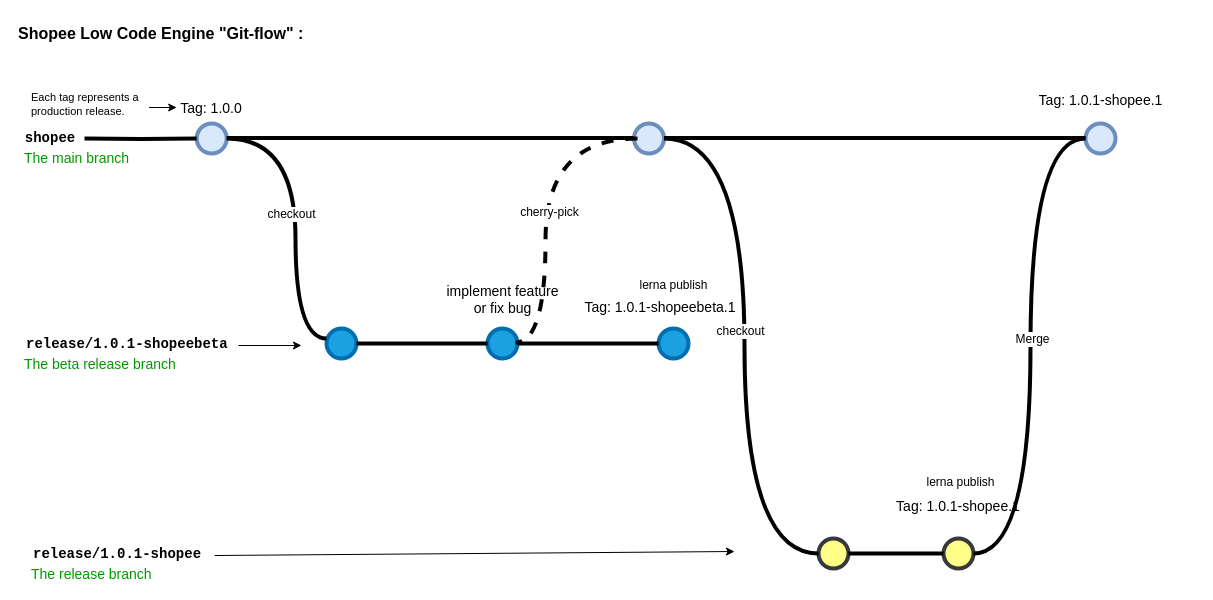
This is shopee-lowcode-engine-git-flow.drawio from Zsynuting/diagram, a draw.io file, before an edit. Source tidied: cells renumbered, new cells numbered last; positions are measured from the earlier drawing's top-left corner, leaving out a move shared by most shapes. Both pictures are drawn from the tidied source at 100%, with x=0, y=0 at pixel (16, 17).
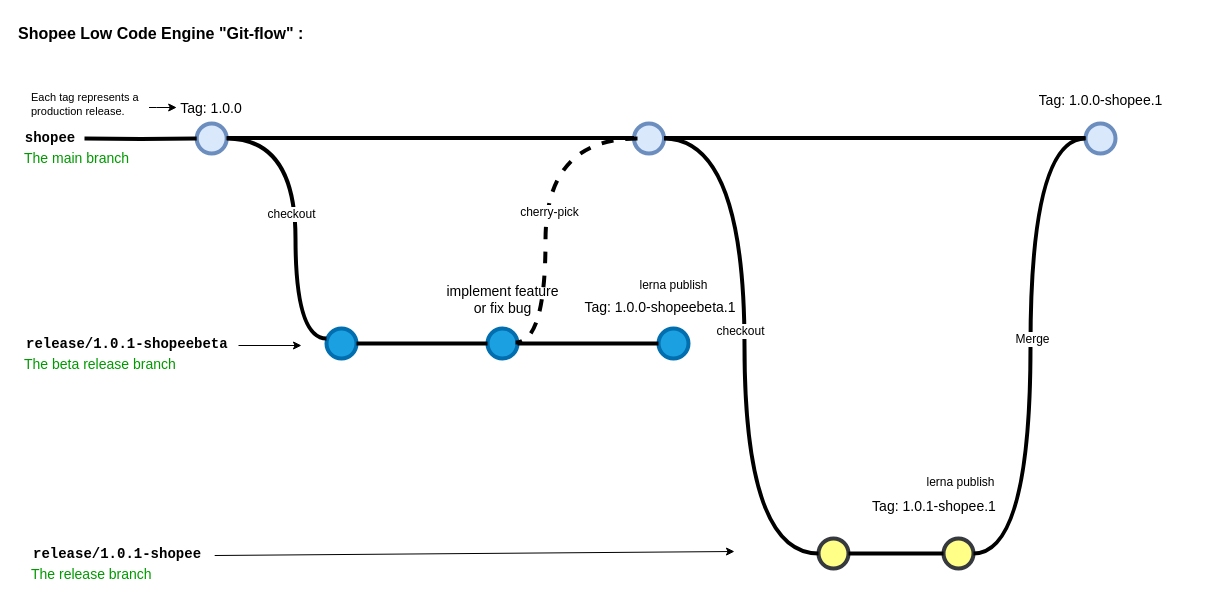
The same page after the edit.

Change to the diagram source:
```diff
@@
-    <mxCell id="29" value="Tag: 1.0.1-shopee.1" style="text;html=1;strokeColor=none;fillColor=none;align=center;verticalAlign=middle;whiteSpace=wrap;overflow=hidden;fontSize=14;" parent="1" vertex="1">
+    <mxCell id="29" value="Tag: 1.0.0-shopee.1" style="text;html=1;strokeColor=none;fillColor=none;align=center;verticalAlign=middle;whiteSpace=wrap;overflow=hidden;fontSize=14;" parent="1" vertex="1">
       <mxGeometry x="989.5" y="72" width="189" height="20" as="geometry" />
     </mxCell>
@@
-    <mxCell id="31" value="Tag: 1.0.1-shopeebeta.1" style="text;html=1;strokeColor=none;fillColor=none;align=center;verticalAlign=middle;whiteSpace=wrap;overflow=hidden;fontSize=14;" parent="1" vertex="1">
+    <mxCell id="31" value="Tag: 1.0.0-shopeebeta.1" style="text;html=1;strokeColor=none;fillColor=none;align=center;verticalAlign=middle;whiteSpace=wrap;overflow=hidden;fontSize=14;" parent="1" vertex="1">
       <mxGeometry x="544.5" y="279" width="197.5" height="20" as="geometry" />
     </mxCell>
@@
     <mxCell id="40" value="Tag: 1.0.1-shopee.1" style="text;html=1;strokeColor=none;fillColor=none;align=center;verticalAlign=middle;whiteSpace=wrap;overflow=hidden;fontSize=14;" parent="1" vertex="1">
-      <mxGeometry x="843.2" y="478" width="197.5" height="20" as="geometry" />
+      <mxGeometry x="819" y="478" width="197.5" height="20" as="geometry" />
     </mxCell>
```
